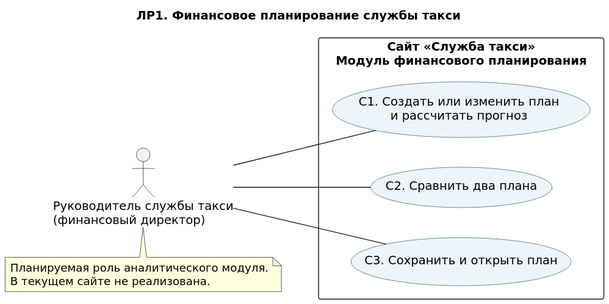
This is PPO_LR1_Taxi/docs/diagrams/use-cases.svg from g06095138/Labs_2026, a PlantUML export, as it was before one commit. Its source is kept beside it as PPO_LR1_Taxi/docs/diagrams/use-cases.puml. Its diagram source:
```plantuml
@startuml
left to right direction
skinparam defaultFontName DejaVu Sans
skinparam shadowing false
skinparam backgroundColor white
skinparam usecaseBackgroundColor #EDF4FA
skinparam usecaseBorderColor #31526F
title ЛР1. Финансовое планирование службы такси
actor "Руководитель службы такси\n(финансовый директор)" as Director
rectangle "Сайт «Служба такси»\nМодуль финансового планирования" {
 usecase "С1. Создать или изменить план\nи рассчитать прогноз" as Calculate
 usecase "С2. Сравнить два плана" as Compare
 usecase "С3. Сохранить и открыть план" as Store
}
Director -- Calculate
Director -- Compare
Director -- Store
note bottom of Director
Планируемая роль аналитического модуля.
В текущем сайте не реализована.
end note
@enduml
```
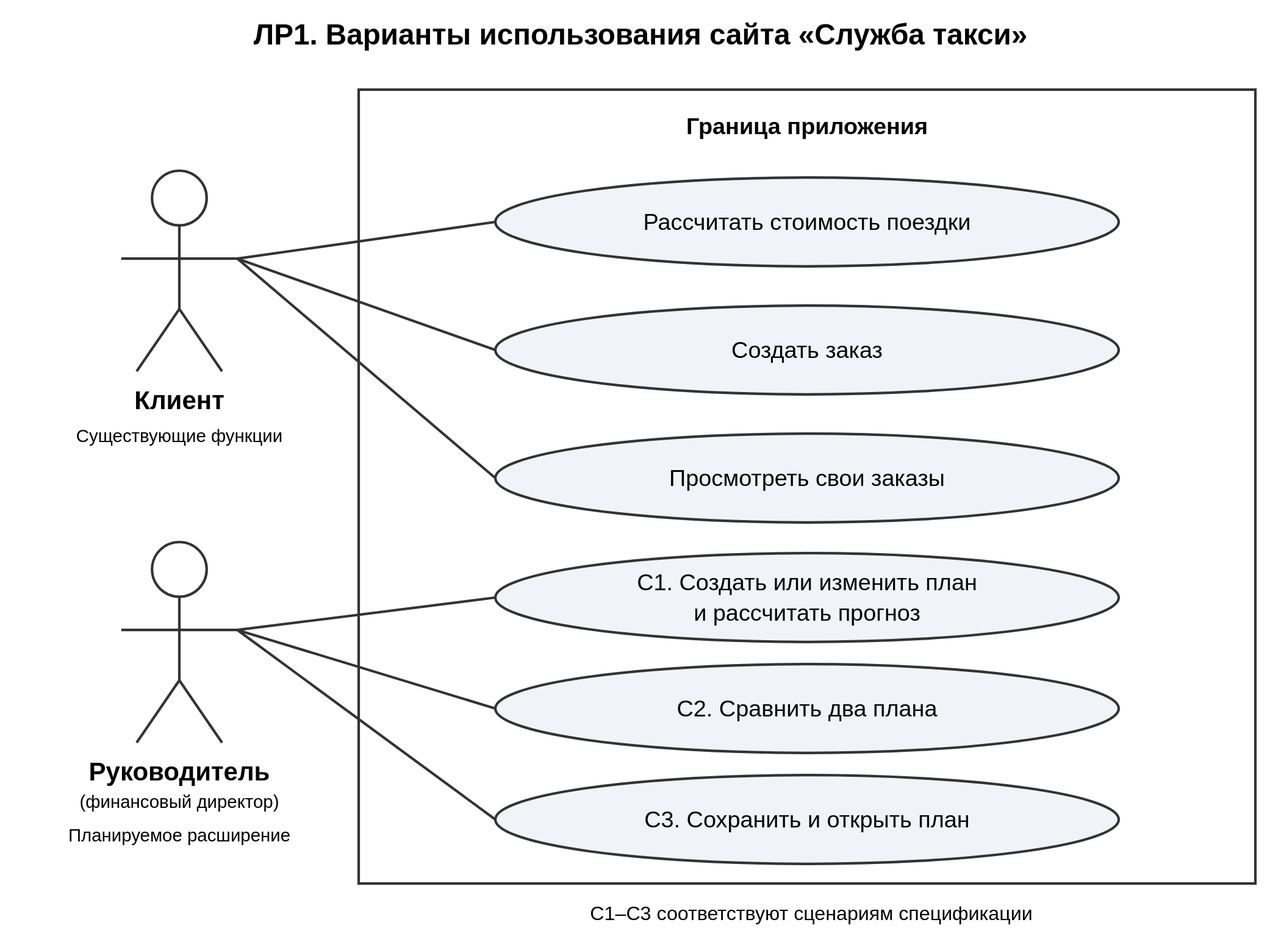
The same file after the commit.

Commit message:
Restyle lab 1 use case diagram to match reference layout

The edit, as a diff of the source:
```diff
@@ -1,22 +1,32 @@
 @startuml
 left to right direction
-skinparam defaultFontName DejaVu Sans
+skinparam backgroundColor white
 skinparam shadowing false
-skinparam backgroundColor white
-skinparam usecaseBackgroundColor #EDF4FA
-skinparam usecaseBorderColor #31526F
-title ЛР1. Финансовое планирование службы такси
-actor "Руководитель службы такси\n(финансовый директор)" as Director
-rectangle "Сайт «Служба такси»\nМодуль финансового планирования" {
+skinparam defaultFontName Arial
+skinparam actorStyle stickman
+skinparam usecaseBackgroundColor #F0F4F8
+skinparam usecaseBorderColor #333333
+title ЛР1. Варианты использования сайта «Служба такси»
+actor "Клиент" as Client
+actor "Руководитель\n(финансовый директор)" as Director
+rectangle "Сайт «Служба такси»" {
+ usecase "Рассчитать стоимость поездки" as Quote
+ usecase "Создать заказ" as Create
+ usecase "Просмотреть свои заказы" as Orders
  usecase "С1. Создать или изменить план\nи рассчитать прогноз" as Calculate
  usecase "С2. Сравнить два плана" as Compare
  usecase "С3. Сохранить и открыть план" as Store
 }
+Client -- Quote
+Client -- Create
+Client -- Orders
 Director -- Calculate
 Director -- Compare
 Director -- Store
+note bottom of Client
+Существующие функции
+end note
 note bottom of Director
-Планируемая роль аналитического модуля.
-В текущем сайте не реализована.
+Планируемое расширение
 end note
 @enduml
```
